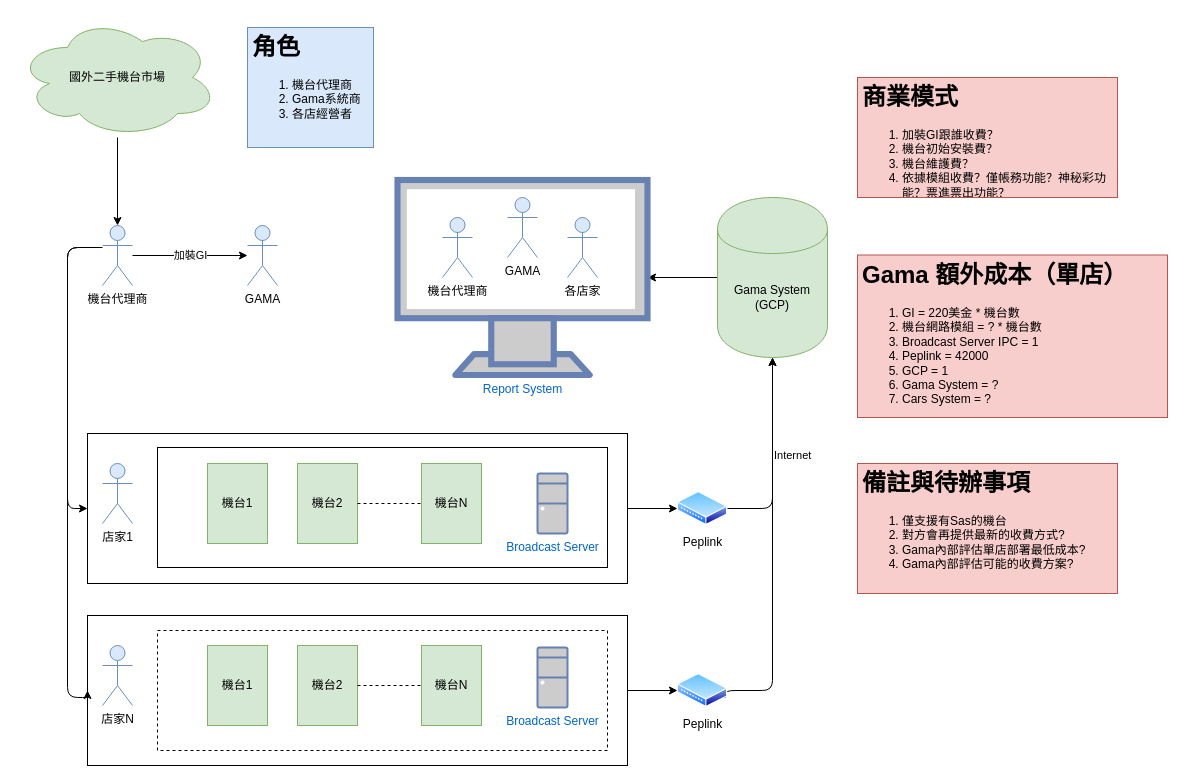
Before: GCMS New.drawio in pingle1202/JiraFlow, a draw.io diagram. Source tidied: cells renumbered, new cells numbered last; positions are measured from the earlier drawing's top-left corner, leaving out a move shared by most shapes. Both pictures are drawn from the tidied source at 100%, with x=0, y=0 at pixel (17, 17).
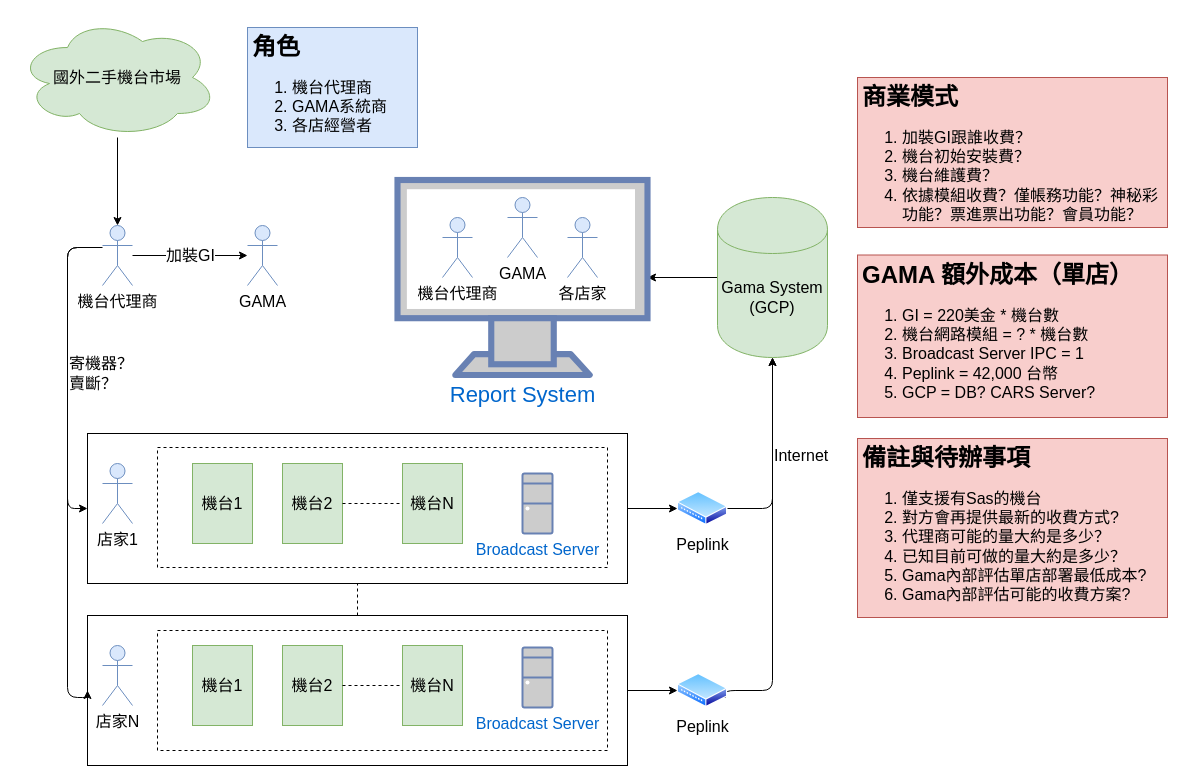
Above is the later version.

The change refers to these unchanged cells:
```xml
<mxCell id="2" style="rounded=0;whiteSpace=wrap;html=1;" parent="1" vertex="1">
  <mxGeometry x="70" y="598" width="540" height="150" as="geometry" />
</mxCell>
<mxCell id="4" style="rounded=0;whiteSpace=wrap;html=1;" parent="1" vertex="1">
  <mxGeometry x="70" y="416" width="540" height="150" as="geometry" />
</mxCell>
```

The edit, as a diff of the source:
```diff
@@
-    <mxCell id="5" style="rounded=0;whiteSpace=wrap;html=1;" parent="1" vertex="1">
+    <mxCell id="5" style="rounded=0;whiteSpace=wrap;html=1;dashed=1;" parent="1" vertex="1">
       <mxGeometry x="140" y="430" width="450" height="120" as="geometry" />
     </mxCell>
-    <mxCell id="6" value="Internet" style="edgeStyle=orthogonalEdgeStyle;rounded=1;jettySize=auto;html=1;entryX=0.5;entryY=1;entryDx=0;entryDy=0;align=left;exitX=1;exitY=0.5;exitDx=0;exitDy=0;" parent="1" edge="1" source="36" target="26">
+    <mxCell id="6" value="Internet" style="edgeStyle=orthogonalEdgeStyle;rounded=1;jettySize=auto;html=1;entryX=0.5;entryY=1;entryDx=0;entryDy=0;align=left;exitX=1;exitY=0.5;exitDx=0;exitDy=0;fontSize=16;" parent="1" edge="1" source="36" target="26">
       <mxGeometry relative="1" as="geometry">
         <Array as="points">
           <mxPoint x="755" y="491" />
         </Array>
       </mxGeometry>
     </mxCell>
@@
-    <mxCell id="9" value="國外二手機台市場" style="ellipse;shape=cloud;whiteSpace=wrap;html=1;fillColor=#d5e8d4;strokeColor=#82b366;" parent="1" vertex="1">
+    <mxCell id="9" value="國外二手機台市場" style="ellipse;shape=cloud;whiteSpace=wrap;html=1;fillColor=#d5e8d4;strokeColor=#82b366;fontSize=16;" parent="1" vertex="1">
       <mxGeometry width="200" height="120" as="geometry" />
     </mxCell>
-    <mxCell id="10" value="加裝GI" style="edgeStyle=orthogonalEdgeStyle;rounded=0;jettySize=auto;html=1;" parent="1" edge="1" source="12" target="28">
+    <mxCell id="10" value="加裝GI" style="edgeStyle=orthogonalEdgeStyle;rounded=0;jettySize=auto;html=1;fontSize=16;" parent="1" edge="1" source="12" target="28">
       <mxGeometry relative="1" as="geometry" />
     </mxCell>
@@
-    <mxCell id="12" value="機台代理商" style="shape=umlActor;verticalLabelPosition=bottom;labelBackgroundColor=#ffffff;verticalAlign=top;html=1;outlineConnect=0;fillColor=#dae8fc;strokeColor=#6c8ebf;" parent="1" vertex="1">
+    <mxCell id="12" value="機台代理商" style="shape=umlActor;verticalLabelPosition=bottom;labelBackgroundColor=#ffffff;verticalAlign=top;html=1;outlineConnect=0;fillColor=#dae8fc;strokeColor=#6c8ebf;fontSize=16;" parent="1" vertex="1">
       <mxGeometry x="85" y="208" width="30" height="60" as="geometry" />
     </mxCell>
-    <mxCell id="13" value="店家1" style="shape=umlActor;verticalLabelPosition=bottom;labelBackgroundColor=#ffffff;verticalAlign=top;html=1;fillColor=#dae8fc;strokeColor=#6c8ebf;" parent="1" vertex="1">
+    <mxCell id="13" value="店家1" style="shape=umlActor;verticalLabelPosition=bottom;labelBackgroundColor=#ffffff;verticalAlign=top;html=1;fillColor=#dae8fc;strokeColor=#6c8ebf;fontSize=16;" parent="1" vertex="1">
       <mxGeometry x="85" y="446" width="30" height="60" as="geometry" />
     </mxCell>
-    <mxCell id="14" value="&lt;h1&gt;角色&lt;/h1&gt;&lt;p&gt;&lt;/p&gt;&lt;ol&gt;&lt;li&gt;機台代理商&lt;/li&gt;&lt;li&gt;Gama系統商&lt;/li&gt;&lt;li&gt;各店經營者&lt;/li&gt;&lt;/ol&gt;&lt;p&gt;&lt;/p&gt;" style="text;html=1;spacing=5;spacingTop=-20;whiteSpace=wrap;overflow=hidden;rounded=0;fillColor=#dae8fc;strokeColor=#6c8ebf;" parent="1" vertex="1">
-      <mxGeometry x="230" y="10" width="126" height="120" as="geometry" />
+    <mxCell id="14" value="&lt;h1&gt;角色&lt;/h1&gt;&lt;p&gt;&lt;/p&gt;&lt;ol style=&quot;font-size: 16px&quot;&gt;&lt;li&gt;機台代理商&lt;/li&gt;&lt;li&gt;GAMA系統商&lt;/li&gt;&lt;li&gt;各店經營者&lt;/li&gt;&lt;/ol&gt;&lt;p&gt;&lt;/p&gt;" style="text;html=1;spacing=5;spacingTop=-20;whiteSpace=wrap;overflow=hidden;rounded=0;fillColor=#dae8fc;strokeColor=#6c8ebf;" parent="1" vertex="1">
+      <mxGeometry x="230" y="10" width="170" height="120" as="geometry" />
     </mxCell>
-    <mxCell id="15" value="機台1" style="rounded=0;whiteSpace=wrap;html=1;fillColor=#d5e8d4;strokeColor=#82b366;" parent="1" vertex="1">
-      <mxGeometry x="190" y="446" width="60" height="80" as="geometry" />
+    <mxCell id="15" value="機台1" style="rounded=0;whiteSpace=wrap;html=1;fillColor=#d5e8d4;strokeColor=#82b366;fontSize=16;" parent="1" vertex="1">
+      <mxGeometry x="175" y="446" width="60" height="80" as="geometry" />
     </mxCell>
-    <mxCell id="16" value="機台2" style="rounded=0;whiteSpace=wrap;html=1;fillColor=#d5e8d4;strokeColor=#82b366;" parent="1" vertex="1">
-      <mxGeometry x="280" y="446" width="60" height="80" as="geometry" />
+    <mxCell id="16" value="機台2" style="rounded=0;whiteSpace=wrap;html=1;fillColor=#d5e8d4;strokeColor=#82b366;fontSize=16;" parent="1" vertex="1">
+      <mxGeometry x="265" y="446" width="60" height="80" as="geometry" />
     </mxCell>
-    <mxCell id="17" value="機台N" style="rounded=0;whiteSpace=wrap;html=1;fillColor=#d5e8d4;strokeColor=#82b366;" parent="1" vertex="1">
-      <mxGeometry x="404" y="446" width="60" height="80" as="geometry" />
+    <mxCell id="17" value="機台N" style="rounded=0;whiteSpace=wrap;html=1;fillColor=#d5e8d4;strokeColor=#82b366;fontSize=16;" parent="1" vertex="1">
+      <mxGeometry x="385" y="446" width="60" height="80" as="geometry" />
     </mxCell>
@@
-    <mxCell id="19" value="店家N" style="shape=umlActor;verticalLabelPosition=bottom;labelBackgroundColor=#ffffff;verticalAlign=top;html=1;fillColor=#dae8fc;strokeColor=#6c8ebf;" parent="1" vertex="1">
+    <mxCell id="19" value="店家N" style="shape=umlActor;verticalLabelPosition=bottom;labelBackgroundColor=#ffffff;verticalAlign=top;html=1;fillColor=#dae8fc;strokeColor=#6c8ebf;fontSize=16;" parent="1" vertex="1">
       <mxGeometry x="85" y="628" width="30" height="60" as="geometry" />
     </mxCell>
-    <mxCell id="20" value="機台1" style="rounded=0;whiteSpace=wrap;html=1;fillColor=#d5e8d4;strokeColor=#82b366;" parent="1" vertex="1">
-      <mxGeometry x="190" y="628" width="60" height="80" as="geometry" />
+    <mxCell id="20" value="機台1" style="rounded=0;whiteSpace=wrap;html=1;fillColor=#d5e8d4;strokeColor=#82b366;fontSize=16;" parent="1" vertex="1">
+      <mxGeometry x="175" y="628" width="60" height="80" as="geometry" />
     </mxCell>
-    <mxCell id="21" value="機台2" style="rounded=0;whiteSpace=wrap;html=1;fillColor=#d5e8d4;strokeColor=#82b366;" parent="1" vertex="1">
-      <mxGeometry x="280" y="628" width="60" height="80" as="geometry" />
+    <mxCell id="21" value="機台2" style="rounded=0;whiteSpace=wrap;html=1;fillColor=#d5e8d4;strokeColor=#82b366;fontSize=16;" parent="1" vertex="1">
+      <mxGeometry x="265" y="628" width="60" height="80" as="geometry" />
     </mxCell>
-    <mxCell id="22" value="機台N" style="rounded=0;whiteSpace=wrap;html=1;fillColor=#d5e8d4;strokeColor=#82b366;" parent="1" vertex="1">
-      <mxGeometry x="404" y="628" width="60" height="80" as="geometry" />
+    <mxCell id="22" value="機台N" style="rounded=0;whiteSpace=wrap;html=1;fillColor=#d5e8d4;strokeColor=#82b366;fontSize=16;" parent="1" vertex="1">
+      <mxGeometry x="385" y="628" width="60" height="80" as="geometry" />
     </mxCell>
@@
-    <mxCell id="24" value="&lt;h1&gt;商業模式&lt;/h1&gt;&lt;p&gt;&lt;/p&gt;&lt;ol&gt;&lt;li&gt;加裝GI跟誰收費？&lt;/li&gt;&lt;li&gt;機台初始安裝費？&lt;/li&gt;&lt;li&gt;機台維護費？&lt;/li&gt;&lt;li&gt;依據模組收費？僅帳務功能？神秘彩功能？票進票出功能？&lt;/li&gt;&lt;/ol&gt;&lt;p&gt;&lt;/p&gt;" style="text;html=1;strokeColor=#b85450;fillColor=#f8cecc;spacing=5;spacingTop=-20;whiteSpace=wrap;overflow=hidden;rounded=0;" parent="1" vertex="1">
-      <mxGeometry x="840" y="60" width="260" height="120" as="geometry" />
+    <mxCell id="24" value="&lt;h1&gt;商業模式&lt;/h1&gt;&lt;p&gt;&lt;/p&gt;&lt;ol style=&quot;font-size: 16px&quot;&gt;&lt;li&gt;加裝GI跟誰收費？&lt;/li&gt;&lt;li&gt;機台初始安裝費？&lt;/li&gt;&lt;li&gt;機台維護費？&lt;/li&gt;&lt;li&gt;依據模組收費？僅帳務功能？神秘彩功能？票進票出功能？會員功能？&lt;/li&gt;&lt;/ol&gt;&lt;p&gt;&lt;/p&gt;" style="text;html=1;strokeColor=#b85450;fillColor=#f8cecc;spacing=5;spacingTop=-20;whiteSpace=wrap;overflow=hidden;rounded=0;" parent="1" vertex="1">
+      <mxGeometry x="840" y="60" width="310" height="150" as="geometry" />
     </mxCell>
@@
-    <mxCell id="26" value="Gama System&lt;br&gt;(GCP)" style="shape=cylinder;whiteSpace=wrap;html=1;boundedLbl=1;backgroundOutline=1;fillColor=#d5e8d4;strokeColor=#82b366;" parent="1" vertex="1">
+    <mxCell id="26" value="&lt;font style=&quot;font-size: 16px&quot;&gt;Gama System&lt;br&gt;(GCP)&lt;/font&gt;" style="shape=cylinder;whiteSpace=wrap;html=1;boundedLbl=1;backgroundOutline=1;fillColor=#d5e8d4;strokeColor=#82b366;" parent="1" vertex="1">
       <mxGeometry x="700" y="180" width="110" height="160" as="geometry" />
     </mxCell>
-    <mxCell id="27" value="Report System" style="fontColor=#0066CC;verticalAlign=top;verticalLabelPosition=bottom;labelPosition=center;align=center;html=1;outlineConnect=0;fillColor=#CCCCCC;strokeColor=#6881B3;gradientColor=none;gradientDirection=north;strokeWidth=2;shape=mxgraph.networks.monitor;" parent="1" vertex="1">
+    <mxCell id="27" value="&lt;font style=&quot;font-size: 22px&quot;&gt;Report System&lt;/font&gt;" style="fontColor=#0066CC;verticalAlign=top;verticalLabelPosition=bottom;labelPosition=center;align=center;html=1;outlineConnect=0;fillColor=#CCCCCC;strokeColor=#6881B3;gradientColor=none;gradientDirection=north;strokeWidth=2;shape=mxgraph.networks.monitor;" parent="1" vertex="1">
       <mxGeometry x="380" y="162.5" width="250" height="195" as="geometry" />
     </mxCell>
-    <mxCell id="28" value="GAMA" style="shape=umlActor;verticalLabelPosition=bottom;labelBackgroundColor=#ffffff;verticalAlign=top;html=1;outlineConnect=0;fillColor=#dae8fc;strokeColor=#6c8ebf;" parent="1" vertex="1">
+    <mxCell id="28" value="GAMA" style="shape=umlActor;verticalLabelPosition=bottom;labelBackgroundColor=#ffffff;verticalAlign=top;html=1;outlineConnect=0;fillColor=#dae8fc;strokeColor=#6c8ebf;fontSize=16;" parent="1" vertex="1">
       <mxGeometry x="230" y="208" width="30" height="60" as="geometry" />
     </mxCell>
-    <mxCell id="29" style="endArrow=classic;html=1;entryX=0;entryY=0.5;entryDx=0;entryDy=0;rounded=1;" parent="1" edge="1" target="4">
+    <mxCell id="29" value="&lt;div style=&quot;font-size: 16px;&quot;&gt;寄機器？&lt;/div&gt;賣斷？" style="endArrow=classic;html=1;entryX=0;entryY=0.5;entryDx=0;entryDy=0;rounded=1;align=left;fontSize=16;" parent="1" edge="1" target="4">
       <mxGeometry relative="1" as="geometry">
         <mxPoint x="80" y="230" as="sourcePoint" />
         <Array as="points">
           <mxPoint x="50" y="230" />
           <mxPoint x="50" y="491" />
         </Array>
       </mxGeometry>
     </mxCell>
-    <mxCell id="30" value="機台代理商" style="shape=umlActor;verticalLabelPosition=bottom;labelBackgroundColor=#ffffff;verticalAlign=top;html=1;fillColor=#dae8fc;strokeColor=#6c8ebf;" parent="1" vertex="1">
+    <mxCell id="30" value="機台代理商" style="shape=umlActor;verticalLabelPosition=bottom;labelBackgroundColor=#ffffff;verticalAlign=top;html=1;fillColor=#dae8fc;strokeColor=#6c8ebf;fontSize=16;" parent="1" vertex="1">
       <mxGeometry x="425" y="200" width="30" height="60" as="geometry" />
     </mxCell>
-    <mxCell id="31" value="GAMA" style="shape=umlActor;verticalLabelPosition=bottom;labelBackgroundColor=#ffffff;verticalAlign=top;html=1;fillColor=#dae8fc;strokeColor=#6c8ebf;" parent="1" vertex="1">
+    <mxCell id="31" value="GAMA" style="shape=umlActor;verticalLabelPosition=bottom;labelBackgroundColor=#ffffff;verticalAlign=top;html=1;fillColor=#dae8fc;strokeColor=#6c8ebf;fontSize=16;" parent="1" vertex="1">
       <mxGeometry x="490" y="180" width="30" height="60" as="geometry" />
     </mxCell>
-    <mxCell id="32" value="各店家" style="shape=umlActor;verticalLabelPosition=bottom;labelBackgroundColor=#ffffff;verticalAlign=top;html=1;fillColor=#dae8fc;strokeColor=#6c8ebf;" parent="1" vertex="1">
+    <mxCell id="32" value="各店家" style="shape=umlActor;verticalLabelPosition=bottom;labelBackgroundColor=#ffffff;verticalAlign=top;html=1;fillColor=#dae8fc;strokeColor=#6c8ebf;fontSize=16;" parent="1" vertex="1">
       <mxGeometry x="550" y="200" width="30" height="60" as="geometry" />
     </mxCell>
-    <mxCell id="33" value="&lt;h1&gt;備註與待辦事項&lt;/h1&gt;&lt;p&gt;&lt;/p&gt;&lt;ol&gt;&lt;li&gt;僅支援有Sas的機台&lt;/li&gt;&lt;li&gt;對方會再提供最新的收費方式?&lt;/li&gt;&lt;li&gt;Gama內部評估單店部署最低成本?&lt;/li&gt;&lt;li&gt;Gama內部評估可能的收費方案?&lt;/li&gt;&lt;/ol&gt;&lt;p&gt;&lt;/p&gt;" style="text;html=1;strokeColor=#b85450;fillColor=#f8cecc;spacing=5;spacingTop=-20;whiteSpace=wrap;overflow=hidden;rounded=0;" parent="1" vertex="1">
-      <mxGeometry x="840" y="446" width="260" height="130" as="geometry" />
+    <mxCell id="33" value="&lt;h1&gt;備註與待辦事項&lt;/h1&gt;&lt;p&gt;&lt;/p&gt;&lt;ol style=&quot;font-size: 16px&quot;&gt;&lt;li&gt;僅支援有Sas的機台&lt;/li&gt;&lt;li&gt;對方會再提供最新的收費方式?&lt;/li&gt;&lt;li&gt;代理商可能的量大約是多少？&lt;/li&gt;&lt;li&gt;已知目前可做的量大約是多少？&lt;/li&gt;&lt;li&gt;Gama內部評估單店部署最低成本?&lt;/li&gt;&lt;li&gt;Gama內部評估可能的收費方案?&lt;/li&gt;&lt;/ol&gt;&lt;p&gt;&lt;/p&gt;" style="text;html=1;strokeColor=#b85450;fillColor=#f8cecc;spacing=5;spacingTop=-20;whiteSpace=wrap;overflow=hidden;rounded=0;" parent="1" vertex="1">
+      <mxGeometry x="840" y="421" width="310" height="179" as="geometry" />
     </mxCell>
@@
-    <mxCell id="36" value="Peplink" style="perimeter=ellipsePerimeter;html=1;align=center;shadow=0;dashed=0;spacingTop=3;image;image=img/lib/active_directory/wiring_hub.svg;" parent="1" vertex="1">
+    <mxCell id="36" value="Peplink" style="perimeter=ellipsePerimeter;html=1;align=center;shadow=0;dashed=0;spacingTop=3;image;image=img/lib/active_directory/wiring_hub.svg;fontSize=16;" parent="1" vertex="1">
       <mxGeometry x="660" y="474" width="50" height="34" as="geometry" />
     </mxCell>
-    <mxCell id="37" value="Peplink" style="perimeter=ellipsePerimeter;html=1;align=center;shadow=0;dashed=0;spacingTop=3;image;image=img/lib/active_directory/wiring_hub.svg;" parent="1" vertex="1">
+    <mxCell id="37" value="Peplink" style="perimeter=ellipsePerimeter;html=1;align=center;shadow=0;dashed=0;spacingTop=3;image;image=img/lib/active_directory/wiring_hub.svg;fontSize=16;" parent="1" vertex="1">
       <mxGeometry x="660" y="656" width="50" height="34" as="geometry" />
     </mxCell>
-    <mxCell id="38" value="Broadcast Server" style="fontColor=#0066CC;verticalAlign=top;verticalLabelPosition=bottom;labelPosition=center;align=center;html=1;fillColor=#CCCCCC;strokeColor=#6881B3;gradientColor=none;gradientDirection=north;strokeWidth=2;shape=mxgraph.networks.desktop_pc;" parent="1" vertex="1">
-      <mxGeometry x="520" y="456" width="30" height="60" as="geometry" />
+    <mxCell id="38" value="Broadcast Server" style="fontColor=#0066CC;verticalAlign=top;verticalLabelPosition=bottom;labelPosition=center;align=center;html=1;fillColor=#CCCCCC;strokeColor=#6881B3;gradientColor=none;gradientDirection=north;strokeWidth=2;shape=mxgraph.networks.desktop_pc;fontSize=16;" parent="1" vertex="1">
+      <mxGeometry x="505" y="456" width="30" height="60" as="geometry" />
     </mxCell>
-    <mxCell id="39" value="Broadcast Server" style="fontColor=#0066CC;verticalAlign=top;verticalLabelPosition=bottom;labelPosition=center;align=center;html=1;fillColor=#CCCCCC;strokeColor=#6881B3;gradientColor=none;gradientDirection=north;strokeWidth=2;shape=mxgraph.networks.desktop_pc;" parent="1" vertex="1">
-      <mxGeometry x="520" y="630" width="30" height="60" as="geometry" />
+    <mxCell id="39" value="Broadcast Server" style="fontColor=#0066CC;verticalAlign=top;verticalLabelPosition=bottom;labelPosition=center;align=center;html=1;fillColor=#CCCCCC;strokeColor=#6881B3;gradientColor=none;gradientDirection=north;strokeWidth=2;shape=mxgraph.networks.desktop_pc;fontSize=16;" parent="1" vertex="1">
+      <mxGeometry x="505" y="630" width="30" height="60" as="geometry" />
     </mxCell>
-    <mxCell id="40" value="&lt;h1&gt;Gama 額外成本（單店）&lt;/h1&gt;&lt;p&gt;&lt;/p&gt;&lt;ol&gt;&lt;li&gt;GI = 220美金 * 機台數&lt;/li&gt;&lt;li&gt;機台網路模組 = ? * 機台數&lt;/li&gt;&lt;li&gt;Broadcast Server IPC = 1&lt;/li&gt;&lt;li&gt;Peplink = 42000&lt;/li&gt;&lt;li&gt;GCP = 1&lt;/li&gt;&lt;li&gt;Gama System = ?&lt;/li&gt;&lt;li&gt;Cars System = ?&lt;/li&gt;&lt;/ol&gt;&lt;p&gt;&lt;/p&gt;" style="text;html=1;strokeColor=#b85450;fillColor=#f8cecc;spacing=5;spacingTop=-20;whiteSpace=wrap;overflow=hidden;rounded=0;" parent="1" vertex="1">
+    <mxCell id="40" value="&lt;h1&gt;GAMA 額外成本（單店）&lt;/h1&gt;&lt;p&gt;&lt;/p&gt;&lt;ol style=&quot;font-size: 16px&quot;&gt;&lt;li&gt;GI = 220美金 * 機台數&lt;/li&gt;&lt;li&gt;機台網路模組 = ? * 機台數&lt;/li&gt;&lt;li&gt;Broadcast Server IPC = 1&lt;/li&gt;&lt;li&gt;Peplink = 42,000 台幣&lt;/li&gt;&lt;li&gt;GCP = DB? CARS Server?&lt;/li&gt;&lt;/ol&gt;&lt;p&gt;&lt;/p&gt;" style="text;html=1;strokeColor=#b85450;fillColor=#f8cecc;spacing=5;spacingTop=-20;whiteSpace=wrap;overflow=hidden;rounded=0;" parent="1" vertex="1">
       <mxGeometry x="840" y="237.5" width="310" height="162.5" as="geometry" />
     </mxCell>
+    <mxCell id="41" style="endArrow=none;dashed=1;html=1;fontSize=16;exitX=0.5;exitY=0;exitDx=0;exitDy=0;entryX=0.5;entryY=1;entryDx=0;entryDy=0;" parent="1" edge="1" source="2" target="4">
+      <mxGeometry relative="1" as="geometry" />
+    </mxCell>
```
